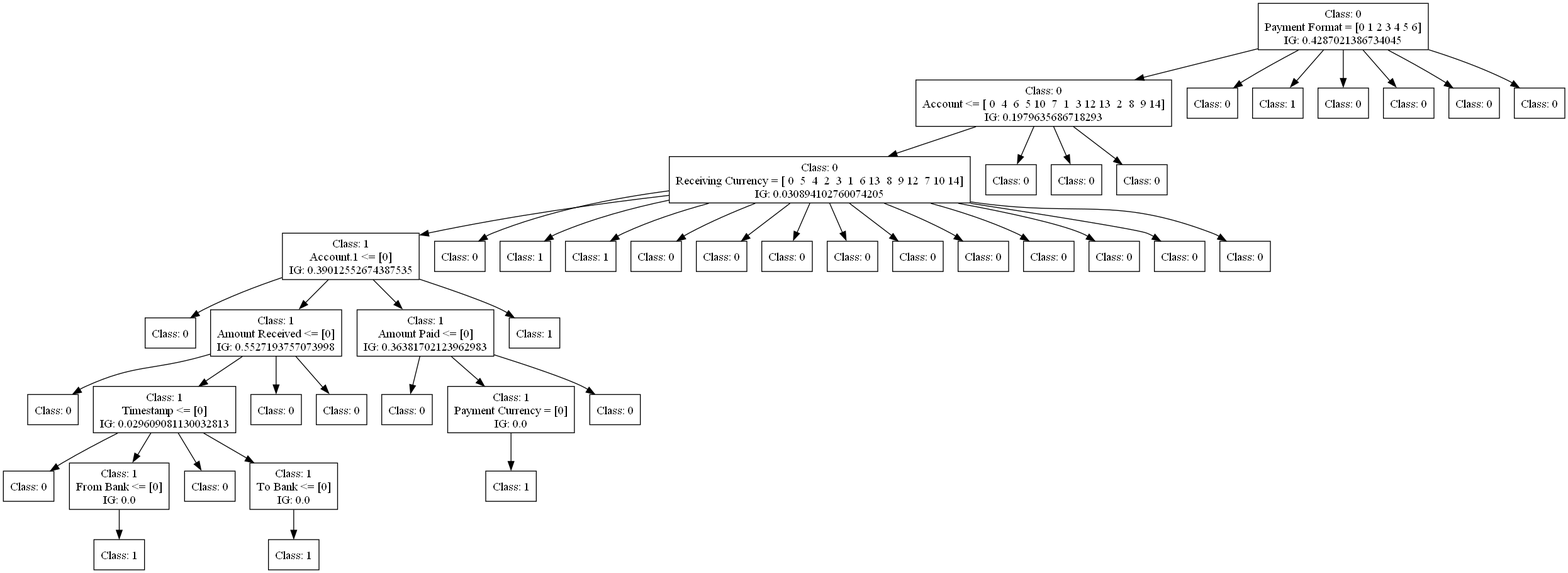
This is dot_figs/tree-id3-oversampling-4.png from FedericoBruzzone/anti-money-laundering, a Graphviz export, as it was before one commit. Its source is kept beside it as dot_figs/tree-id3-oversampling-4.dot.
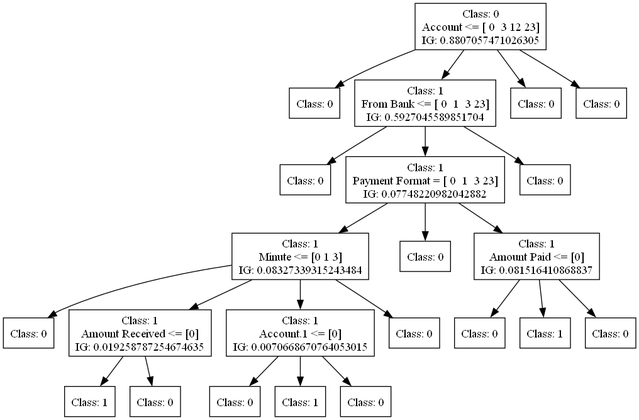
Above is the later version.

The edit, as a diff of the source:
```diff
@@ -1,145 +1,79 @@
 digraph DecisionTree {
 	rankdir=TD;
 	node [shape=box];
-	2337401890912 [label="Class: 0
-Payment Format = [0 1 2 3 4 5 6]
-IG: 0.4287021386734045"];
-	2337401891488 [label="Class: 0
-Account <= [ 0  4  6  5 10  7  1  3 12 13  2  8  9 14]
-IG: 0.1979635686718293"];
-	2337401890912 -> 2337401891488;
-	2337401891104 [label="Class: 0
-Receiving Currency = [ 0  5  4  2  3  1  6 13  8  9 12  7 10 14]
-IG: 0.030894102760074205"];
-	2337401891488 -> 2337401891104;
-	2337401894320 [label="Class: 1
+	2150827761792 [label="Class: 0
+Account <= [ 0  3 12 23]
+IG: 0.8807057471026305"];
+	2150961821536 [label="Class: 0
+"];
+	2150827761792 -> 2150961821536;
+	2150961820144 [label="Class: 1
+From Bank <= [ 0  1  3 23]
+IG: 0.5927045589851704"];
+	2150827761792 -> 2150961820144;
+	2150965420832 [label="Class: 0
+"];
+	2150961820144 -> 2150965420832;
+	2150965421024 [label="Class: 1
+Payment Format = [ 0  1  3 23]
+IG: 0.07748220982042882"];
+	2150961820144 -> 2150965421024;
+	2150965428032 [label="Class: 1
+Minute <= [0 1 3]
+IG: 0.08327339315243484"];
+	2150965421024 -> 2150965428032;
+	2150989470672 [label="Class: 0
+"];
+	2150965428032 -> 2150989470672;
+	2150989468224 [label="Class: 1
+Amount Received <= [0]
+IG: 0.019258787254674635"];
+	2150965428032 -> 2150989468224;
+	2150989476432 [label="Class: 1
+"];
+	2150989468224 -> 2150989476432;
+	2150989476864 [label="Class: 0
+"];
+	2150989468224 -> 2150989476864;
+	2150989469136 [label="Class: 1
 Account.1 <= [0]
-IG: 0.39012552674387535"];
-	2337401891104 -> 2337401894320;
-	2337401892496 [label="Class: 0
+IG: 0.0070668670764053015"];
+	2150965428032 -> 2150989469136;
+	2151006930928 [label="Class: 0
 "];
-	2337401894320 -> 2337401892496;
-	2337401883184 [label="Class: 1
-Amount Received <= [0]
-IG: 0.5527193757073998"];
-	2337401894320 -> 2337401883184;
-	2342464375440 [label="Class: 0
+	2150989469136 -> 2151006930928;
+	2151006931120 [label="Class: 1
 "];
-	2337401883184 -> 2342464375440;
-	2342464373856 [label="Class: 1
-Timestamp <= [0]
-IG: 0.029609081130032813"];
-	2337401883184 -> 2342464373856;
-	2342464376256 [label="Class: 0
+	2150989469136 -> 2151006931120;
+	2151006929056 [label="Class: 0
 "];
-	2342464373856 -> 2342464376256;
-	2342464375536 [label="Class: 1
-From Bank <= [0]
-IG: 0.0"];
-	2342464373856 -> 2342464375536;
-	2342464372800 [label="Class: 1
+	2150989469136 -> 2151006929056;
+	2150989470096 [label="Class: 0
 "];
-	2342464375536 -> 2342464372800;
-	2342464375968 [label="Class: 0
+	2150965428032 -> 2150989470096;
+	2150965428176 [label="Class: 0
 "];
-	2342464373856 -> 2342464375968;
-	2342464374048 [label="Class: 1
-To Bank <= [0]
-IG: 0.0"];
-	2342464373856 -> 2342464374048;
-	2342464376688 [label="Class: 1
+	2150965421024 -> 2150965428176;
+	2150965422944 [label="Class: 1
+Amount Paid <= [0]
+IG: 0.081516410868837"];
+	2150965421024 -> 2150965422944;
+	2151006935728 [label="Class: 0
 "];
-	2342464374048 -> 2342464376688;
-	2342464373328 [label="Class: 0
+	2150965422944 -> 2151006935728;
+	2151006935920 [label="Class: 1
 "];
-	2337401883184 -> 2342464373328;
-	2342464374144 [label="Class: 0
+	2150965422944 -> 2151006935920;
+	2151006933664 [label="Class: 0
 "];
-	2337401883184 -> 2342464374144;
-	2337401890576 [label="Class: 1
-Amount Paid <= [0]
-IG: 0.36381702123962983"];
-	2337401894320 -> 2337401890576;
-	2342464378176 [label="Class: 0
+	2150965422944 -> 2151006933664;
+	2150965418960 [label="Class: 0
 "];
-	2337401890576 -> 2342464378176;
-	2342464378368 [label="Class: 1
-Payment Currency = [0]
-IG: 0.0"];
-	2337401890576 -> 2342464378368;
-	2342464373904 [label="Class: 1
+	2150961820144 -> 2150965418960;
+	2150961819952 [label="Class: 0
 "];
-	2342464378368 -> 2342464373904;
-	2342464377936 [label="Class: 0
+	2150827761792 -> 2150961819952;
+	2150961820912 [label="Class: 0
 "];
-	2337401890576 -> 2342464377936;
-	2337401891968 [label="Class: 1
-"];
-	2337401894320 -> 2337401891968;
-	2337401887264 [label="Class: 0
-"];
-	2337401891104 -> 2337401887264;
-	2337401892400 [label="Class: 1
-"];
-	2337401891104 -> 2337401892400;
-	2337401896000 [label="Class: 1
-"];
-	2337401891104 -> 2337401896000;
-	2337401892304 [label="Class: 0
-"];
-	2337401891104 -> 2337401892304;
-	2337401889232 [label="Class: 0
-"];
-	2337401891104 -> 2337401889232;
-	2337401896288 [label="Class: 0
-"];
-	2337401891104 -> 2337401896288;
-	2337401888176 [label="Class: 0
-"];
-	2337401891104 -> 2337401888176;
-	2337401894032 [label="Class: 0
-"];
-	2337401891104 -> 2337401894032;
-	2337401889040 [label="Class: 0
-"];
-	2337401891104 -> 2337401889040;
-	2337401896384 [label="Class: 0
-"];
-	2337401891104 -> 2337401896384;
-	2337401896480 [label="Class: 0
-"];
-	2337401891104 -> 2337401896480;
-	2337401881312 [label="Class: 0
-"];
-	2337401891104 -> 2337401881312;
-	2337401880688 [label="Class: 0
-"];
-	2337401891104 -> 2337401880688;
-	2337401892784 [label="Class: 0
-"];
-	2337401891488 -> 2337401892784;
-	2337401892544 [label="Class: 0
-"];
-	2337401891488 -> 2337401892544;
-	2337401881696 [label="Class: 0
-"];
-	2337401891488 -> 2337401881696;
-	2337401890864 [label="Class: 0
-"];
-	2337401890912 -> 2337401890864;
-	2337401892448 [label="Class: 1
-"];
-	2337401890912 -> 2337401892448;
-	2337401890672 [label="Class: 0
-"];
-	2337401890912 -> 2337401890672;
-	2337401895760 [label="Class: 0
-"];
-	2337401890912 -> 2337401895760;
-	2337401895952 [label="Class: 0
-"];
-	2337401890912 -> 2337401895952;
-	2337401892160 [label="Class: 0
-"];
-	2337401890912 -> 2337401892160;
+	2150827761792 -> 2150961820912;
 }
```
